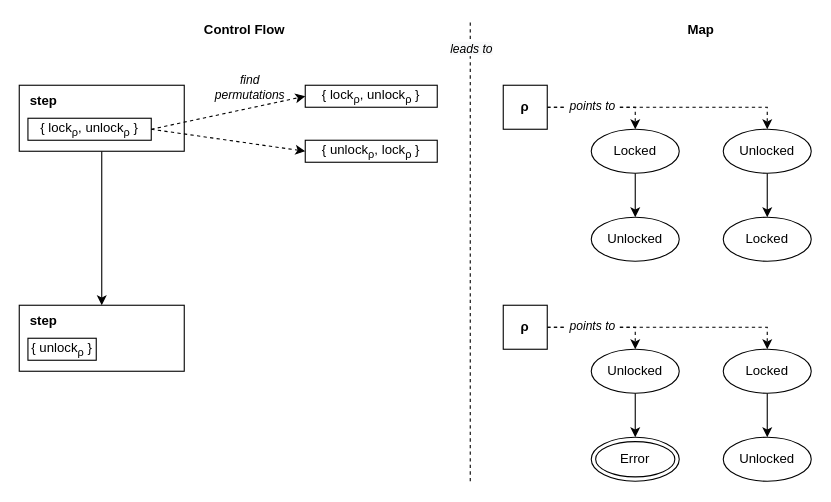
Before: implementation/figures/permutation-copy.drawio in andersfischernielsen/Finding-Resource-Manipulation-Bugs-with-Monitor-Automata-on-the-Example-of-the-Linux-Kernel, a draw.io diagram. Source tidied: cells renumbered, new cells numbered last; positions are measured from the earlier drawing's top-left corner, leaving out a move shared by most shapes. Both pictures are drawn from the tidied source at 110%, with x=0, y=0 at pixel (19, 19).
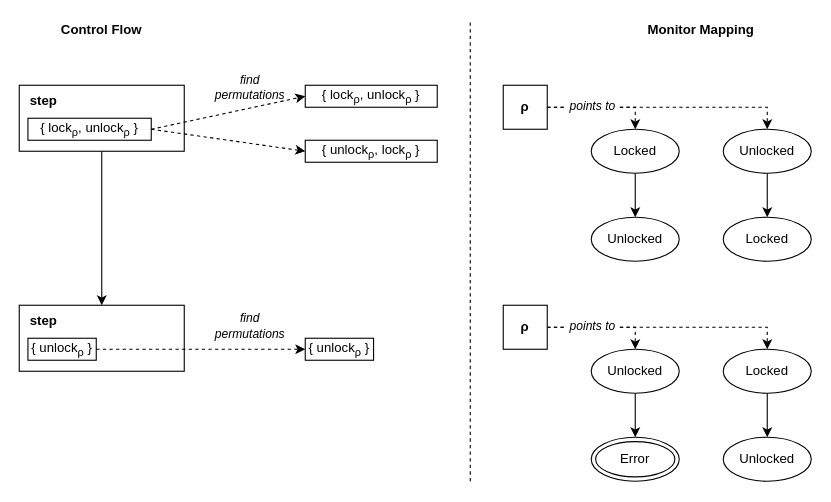
Above is the later version.

Commit message (it also covers changes not shown here):
Attempts at explaining Andrzej's least favorite figure further

The change refers to these unchanged cells:
```xml
<mxCell id="11" value="{ unlock&lt;sub&gt;ρ&lt;/sub&gt; }" style="rounded=0;whiteSpace=wrap;html=1;align=center;" parent="9" vertex="1">
  <mxGeometry x="7.9" y="30" width="62.1" height="20" as="geometry" />
</mxCell>
<mxCell id="23" style="endArrow=none;html=1;fontSize=12;dashed=1;" parent="1" edge="1">
  <mxGeometry relative="1" as="geometry">
    <mxPoint x="410" y="420" as="sourcePoint" />
    <mxPoint x="410" as="targetPoint" />
  </mxGeometry>
</mxCell>
```

The edit, as a diff of the source:
```diff
@@
-    <mxCell id="24" value="&lt;i style=&quot;background-color: rgb(248, 249, 250); font-size: 11px;&quot;&gt;leads to&lt;/i&gt;" style="text;html=1;align=center;verticalAlign=middle;labelBackgroundColor=#ffffff;fontSize=11;" parent="23" vertex="1">
-      <mxGeometry x="0.8" relative="1" as="geometry">
-        <mxPoint y="-16" as="offset" />
-      </mxGeometry>
-    </mxCell>
     <mxCell id="25" value="Control Flow" style="text;html=1;strokeColor=none;fillColor=none;align=center;verticalAlign=middle;whiteSpace=wrap;rounded=0;fontSize=12;fontStyle=1;" parent="1" vertex="1">
-      <mxGeometry x="160" width="90" height="20" as="geometry" />
+      <mxGeometry x="30" width="90" height="20" as="geometry" />
     </mxCell>
-    <mxCell id="26" value="Map" style="text;html=1;strokeColor=none;fillColor=none;align=center;verticalAlign=middle;whiteSpace=wrap;rounded=0;fontSize=12;fontStyle=1;" parent="1" vertex="1">
-      <mxGeometry x="600" width="40" height="20" as="geometry" />
+    <mxCell id="26" value="Monitor Mapping" style="text;html=1;strokeColor=none;fillColor=none;align=center;verticalAlign=middle;whiteSpace=wrap;rounded=0;fontSize=12;fontStyle=1;" parent="1" vertex="1">
+      <mxGeometry x="560" width="120" height="20" as="geometry" />
     </mxCell>
@@
+    <mxCell id="39" value="&lt;i style=&quot;font-size: 11px;&quot;&gt;&lt;font style=&quot;font-size: 11px;&quot;&gt;find permutations&lt;/font&gt;&lt;/i&gt;" style="text;html=1;strokeColor=none;fillColor=none;align=center;verticalAlign=middle;whiteSpace=wrap;rounded=0;fontSize=11;" parent="1" vertex="1">
+      <mxGeometry x="170" y="260" width="80" height="37" as="geometry" />
+    </mxCell>
+    <mxCell id="40" value="{ unlock&lt;sub&gt;ρ&lt;/sub&gt; }" style="rounded=0;whiteSpace=wrap;html=1;align=center;" parent="1" vertex="1">
+      <mxGeometry x="260" y="290" width="62.1" height="20" as="geometry" />
+    </mxCell>
+    <mxCell id="41" style="edgeStyle=orthogonalEdgeStyle;rounded=0;jettySize=auto;html=1;exitX=1;exitY=0.5;exitDx=0;exitDy=0;entryX=0;entryY=0.5;entryDx=0;entryDy=0;dashed=1;" parent="1" edge="1" source="11" target="40">
+      <mxGeometry relative="1" as="geometry" />
+    </mxCell>
```
